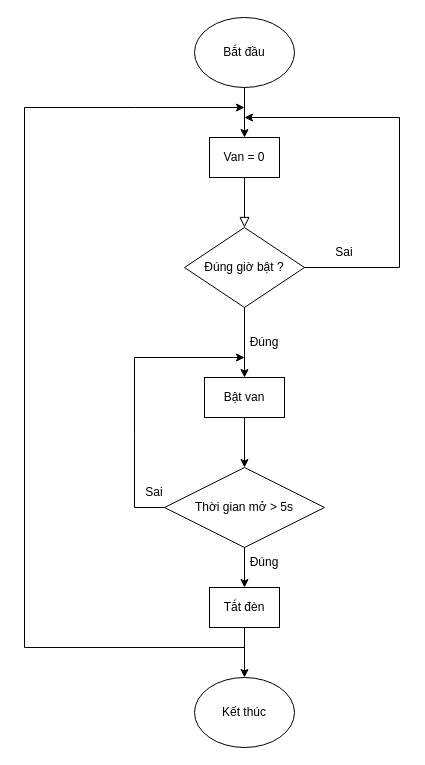
Before: block_diagram/Cho_heo_an.drawio in imvietp/Final_Thesis, a draw.io diagram. Source tidied: cells renumbered, new cells numbered last; positions are measured from the earlier drawing's top-left corner, leaving out a move shared by most shapes. Both pictures are drawn from the tidied source at 100%, with x=0, y=0 at pixel (24, 17).
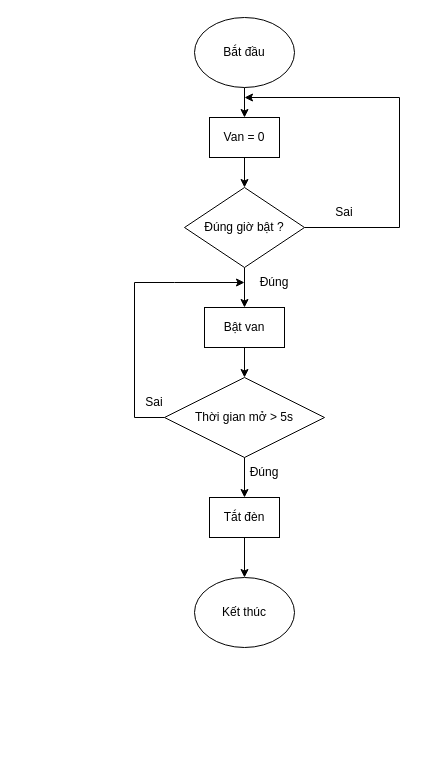
After the change.

What changed in the source:
```diff
@@
-    <mxCell id="2" style="rounded=0;html=1;jettySize=auto;orthogonalLoop=1;fontSize=11;endArrow=block;endFill=0;endSize=8;strokeWidth=1;shadow=0;labelBackgroundColor=none;edgeStyle=orthogonalEdgeStyle;" parent="1" edge="1">
-      <mxGeometry relative="1" as="geometry">
-        <mxPoint x="220" y="160" as="sourcePoint" />
-        <mxPoint x="220" y="210" as="targetPoint" />
-      </mxGeometry>
-    </mxCell>
@@
     <mxCell id="5" style="edgeStyle=orthogonalEdgeStyle;rounded=0;jettySize=auto;html=1;exitX=1;exitY=0.5;exitDx=0;exitDy=0;" parent="1" edge="1" source="6">
       <mxGeometry relative="1" as="geometry">
-        <mxPoint x="220" y="100" as="targetPoint" />
+        <mxPoint x="220" y="80" as="targetPoint" />
         <Array as="points">
-          <mxPoint x="375" y="250" />
-          <mxPoint x="375" y="100" />
+          <mxPoint x="375" y="210" />
+          <mxPoint x="375" y="80" />
         </Array>
       </mxGeometry>
     </mxCell>
+    <mxCell id="22" style="edgeStyle=orthogonalEdgeStyle;rounded=0;jettySize=auto;html=1;" parent="1" edge="1" source="6" target="10">
+      <mxGeometry relative="1" as="geometry" />
+    </mxCell>
     <mxCell id="6" value="Đúng giờ bật ?" style="rhombus;whiteSpace=wrap;html=1;" parent="1" vertex="1">
-      <mxGeometry x="160" y="210" width="120" height="80" as="geometry" />
+      <mxGeometry x="160" y="170" width="120" height="80" as="geometry" />
     </mxCell>
-    <mxCell id="7" style="endArrow=classic;html=1;rounded=0;exitX=0.5;exitY=1;exitDx=0;exitDy=0;" parent="1" edge="1" source="6">
-      <mxGeometry relative="1" as="geometry">
-        <mxPoint x="220" y="360" as="targetPoint" />
-      </mxGeometry>
-    </mxCell>
     <mxCell id="8" value="Đúng" style="text;html=1;align=center;verticalAlign=middle;whiteSpace=wrap;rounded=0;" parent="1" vertex="1">
-      <mxGeometry x="210" y="310" width="60" height="30" as="geometry" />
+      <mxGeometry x="220" y="250" width="60" height="30" as="geometry" />
     </mxCell>
     <mxCell id="9" value="Sai" style="text;html=1;align=center;verticalAlign=middle;whiteSpace=wrap;rounded=0;" parent="1" vertex="1">
-      <mxGeometry x="290" y="220" width="60" height="30" as="geometry" />
+      <mxGeometry x="290" y="180" width="60" height="30" as="geometry" />
     </mxCell>
+    <mxCell id="23" style="edgeStyle=orthogonalEdgeStyle;rounded=0;jettySize=auto;html=1;" parent="1" edge="1" source="10" target="12">
+      <mxGeometry relative="1" as="geometry" />
+    </mxCell>
     <mxCell id="10" value="Bật van" style="rounded=0;whiteSpace=wrap;html=1;" parent="1" vertex="1">
-      <mxGeometry x="180" y="360" width="80" height="40" as="geometry" />
+      <mxGeometry x="180" y="290" width="80" height="40" as="geometry" />
     </mxCell>
-    <mxCell id="11" style="endArrow=classic;html=1;rounded=0;exitX=0.5;exitY=1;exitDx=0;exitDy=0;" parent="1" edge="1" source="10">
-      <mxGeometry relative="1" as="geometry">
-        <mxPoint x="220" y="450" as="targetPoint" />
-      </mxGeometry>
-    </mxCell>
     <mxCell id="12" value="Thời gian mở &amp;gt; 5s" style="rhombus;whiteSpace=wrap;html=1;" parent="1" vertex="1">
-      <mxGeometry x="140" y="450" width="160" height="80" as="geometry" />
+      <mxGeometry x="140" y="360" width="160" height="80" as="geometry" />
     </mxCell>
     <mxCell id="13" value="Sai" style="text;html=1;align=center;verticalAlign=middle;whiteSpace=wrap;rounded=0;" parent="1" vertex="1">
-      <mxGeometry x="100" y="460" width="60" height="30" as="geometry" />
+      <mxGeometry x="100" y="370" width="60" height="30" as="geometry" />
     </mxCell>
-    <mxCell id="14" style="endArrow=classic;html=1;rounded=0;exitX=0;exitY=0.5;exitDx=0;exitDy=0;" parent="1" edge="1" source="12">
+    <mxCell id="14" style="endArrow=classic;html=1;rounded=0;exitX=0;exitY=0.5;exitDx=0;exitDy=0;" parent="1" edge="1" source="12" target="8">
       <mxGeometry relative="1" as="geometry">
-        <mxPoint x="220" y="340" as="targetPoint" />
         <Array as="points">
-          <mxPoint x="110" y="490" />
-          <mxPoint x="110" y="420" />
-          <mxPoint x="110" y="340" />
+          <mxPoint x="110" y="400" />
+          <mxPoint x="110" y="265" />
+          <mxPoint x="150" y="265" />
         </Array>
       </mxGeometry>
     </mxCell>
     <mxCell id="15" value="Tắt đèn" style="rounded=0;whiteSpace=wrap;html=1;" parent="1" vertex="1">
-      <mxGeometry x="185" y="570" width="70" height="40" as="geometry" />
+      <mxGeometry x="185" y="480" width="70" height="40" as="geometry" />
     </mxCell>
@@
     <mxCell id="17" value="Đúng" style="text;html=1;align=center;verticalAlign=middle;whiteSpace=wrap;rounded=0;" parent="1" vertex="1">
-      <mxGeometry x="210" y="530" width="60" height="30" as="geometry" />
+      <mxGeometry x="210" y="440" width="60" height="30" as="geometry" />
     </mxCell>
     <mxCell id="18" style="endArrow=classic;html=1;rounded=0;exitX=0.5;exitY=1;exitDx=0;exitDy=0;" parent="1" edge="1" source="15">
       <mxGeometry relative="1" as="geometry">
-        <mxPoint x="220" y="660" as="targetPoint" />
+        <mxPoint x="220" y="560" as="targetPoint" />
       </mxGeometry>
     </mxCell>
     <mxCell id="19" value="Kết thúc" style="ellipse;whiteSpace=wrap;html=1;" parent="1" vertex="1">
-      <mxGeometry x="170" y="660" width="100" height="70" as="geometry" />
+      <mxGeometry x="170" y="560" width="100" height="70" as="geometry" />
     </mxCell>
+    <mxCell id="24" style="edgeStyle=orthogonalEdgeStyle;rounded=0;jettySize=auto;html=1;" parent="1" edge="1" source="20" target="6">
+      <mxGeometry relative="1" as="geometry" />
+    </mxCell>
     <mxCell id="20" value="Van = 0" style="rounded=0;whiteSpace=wrap;html=1;" parent="1" vertex="1">
-      <mxGeometry x="185" y="120" width="70" height="40" as="geometry" />
+      <mxGeometry x="185" y="100" width="70" height="40" as="geometry" />
     </mxCell>
-    <mxCell id="21" style="endArrow=classic;html=1;rounded=0;" parent="1" edge="1">
-      <mxGeometry relative="1" as="geometry">
-        <mxPoint x="220" y="630" as="sourcePoint" />
-        <mxPoint x="220" y="90" as="targetPoint" />
-        <Array as="points">
-          <mxPoint y="630" />
-          <mxPoint y="90" />
-          <mxPoint x="110" y="90" />
-        </Array>
-      </mxGeometry>
-    </mxCell>
```
